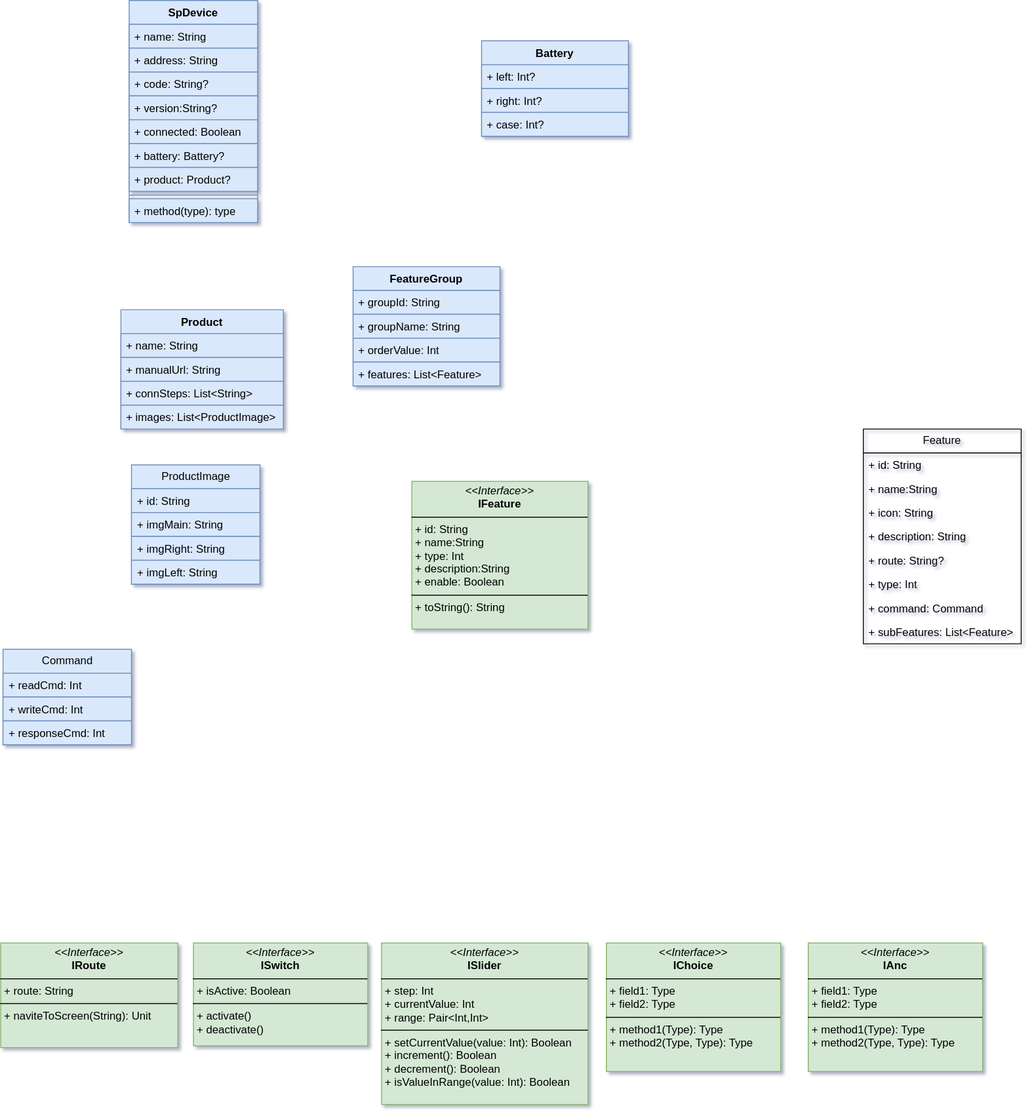
Above: 未命名绘图.drawio.svg in kekemao00/draw-libs (draw.io), before the change. Source tidied: cells renumbered, new cells last; positions are measured from the earlier drawing's top-left corner, leaving out a move shared by most shapes.
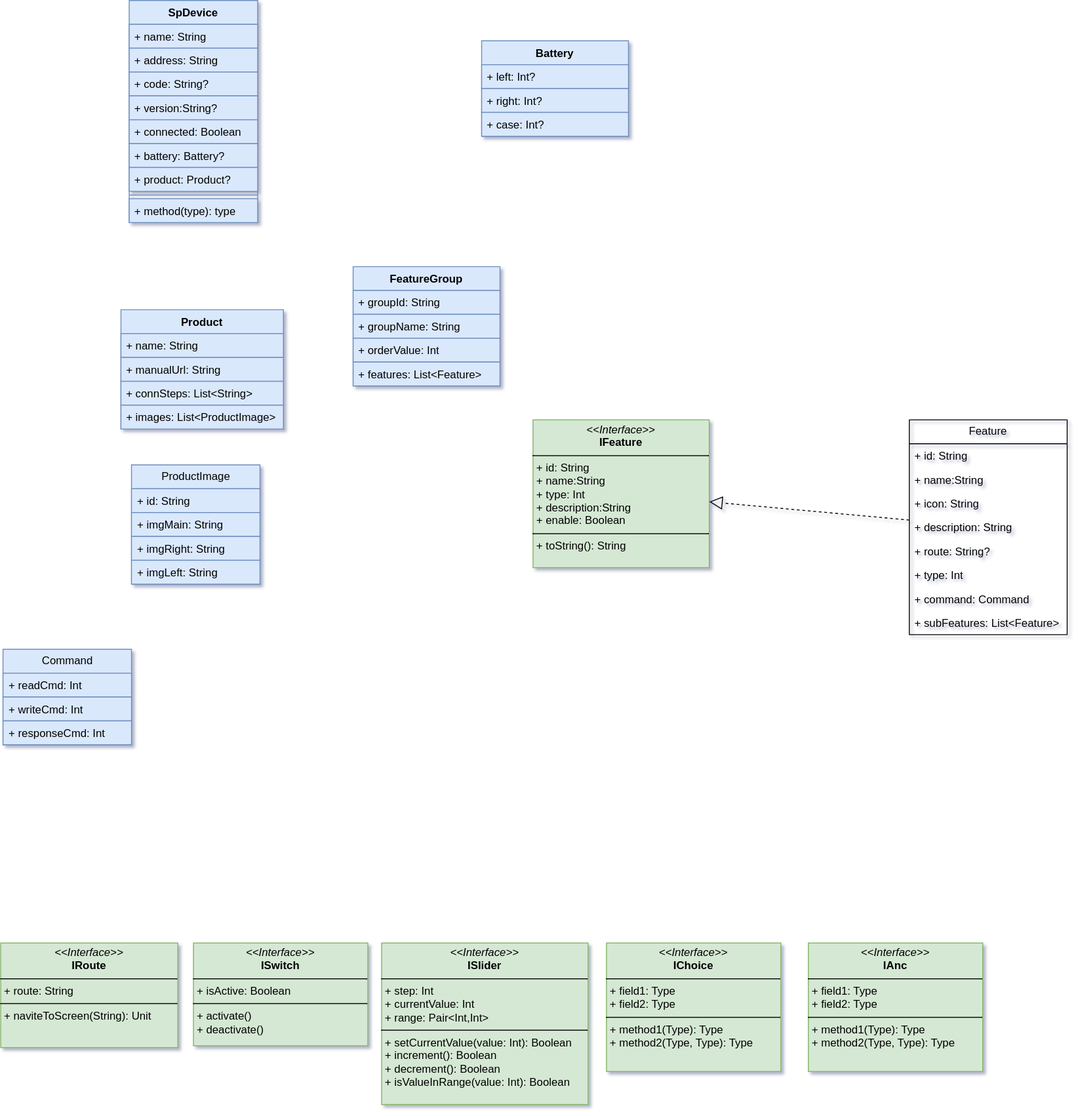
Later version of the same file.

Commit message:
更新未命名绘图.drawio.svg

The edit, as a diff of the source:
```diff
@@ -90,7 +90,7 @@
       <mxGeometry y="104" width="160" height="26" as="geometry" />
     </mxCell>
     <mxCell id="31" value="Feature" style="swimlane;fontStyle=0;horizontal=1;startSize=26;fillColor=none;whiteSpace=wrap;html=1;" parent="1" vertex="1">
-      <mxGeometry x="940" y="467" width="172" height="234" as="geometry" />
+      <mxGeometry x="990" y="457" width="172" height="234" as="geometry" />
     </mxCell>
     <mxCell id="32" value="+ id: String" style="text;strokeColor=none;fillColor=none;align=left;verticalAlign=top;spacingLeft=4;spacingRight=4;overflow=hidden;whiteSpace=wrap;html=1;" parent="31" vertex="1">
       <mxGeometry y="26" width="172" height="26" as="geometry" />
@@ -129,7 +129,7 @@
       <mxGeometry y="78" width="140" height="26" as="geometry" />
     </mxCell>
     <mxCell id="44" value="&lt;p style=&quot;margin:0px;margin-top:4px;text-align:center;&quot;&gt;&lt;i&gt;&amp;lt;&amp;lt;Interface&amp;gt;&amp;gt;&lt;/i&gt;&lt;br&gt;&lt;b&gt;IFeature&lt;/b&gt;&lt;/p&gt;&lt;hr size=&quot;1&quot; style=&quot;border-style:solid;&quot;&gt;&lt;p style=&quot;margin:0px;margin-left:4px;&quot;&gt;+ id: String&lt;br&gt;+ name:String&lt;br&gt;+ type: Int&lt;br&gt;+ description:String&lt;br&gt;+&amp;nbsp;enable: Boolean&lt;/p&gt;&lt;hr size=&quot;1&quot; style=&quot;border-style:solid;&quot;&gt;&lt;p style=&quot;margin:0px;margin-left:4px;&quot;&gt;+ toString(): String&lt;br&gt;&lt;/p&gt;" style="verticalAlign=top;align=left;overflow=fill;html=1;whiteSpace=wrap;fillColor=#d5e8d4;strokeColor=#82b366;" parent="1" vertex="1">
-      <mxGeometry x="448" y="524" width="192" height="161" as="geometry" />
+      <mxGeometry x="580" y="457" width="192" height="161" as="geometry" />
     </mxCell>
     <mxCell id="45" value="&lt;p style=&quot;margin:0px;margin-top:4px;text-align:center;&quot;&gt;&lt;i&gt;&amp;lt;&amp;lt;Interface&amp;gt;&amp;gt;&lt;/i&gt;&lt;br&gt;&lt;b&gt;ISwitch&lt;/b&gt;&lt;/p&gt;&lt;hr size=&quot;1&quot; style=&quot;border-style:solid;&quot;&gt;&lt;p style=&quot;margin:0px;margin-left:4px;&quot;&gt;+ isActive: Boolean&lt;br&gt;&lt;/p&gt;&lt;hr size=&quot;1&quot; style=&quot;border-style:solid;&quot;&gt;&lt;p style=&quot;margin:0px;margin-left:4px;&quot;&gt;+ activate()&lt;br&gt;+ deactivate()&lt;/p&gt;" style="verticalAlign=top;align=left;overflow=fill;html=1;whiteSpace=wrap;fillColor=#d5e8d4;strokeColor=#82b366;" parent="1" vertex="1">
       <mxGeometry x="210" y="1027" width="190" height="112" as="geometry" />
@@ -146,5 +146,8 @@
     <mxCell id="49" value="&lt;p style=&quot;margin:0px;margin-top:4px;text-align:center;&quot;&gt;&lt;i&gt;&amp;lt;&amp;lt;Interface&amp;gt;&amp;gt;&lt;/i&gt;&lt;br&gt;&lt;b&gt;IAnc&lt;/b&gt;&lt;/p&gt;&lt;hr size=&quot;1&quot; style=&quot;border-style:solid;&quot;&gt;&lt;p style=&quot;margin:0px;margin-left:4px;&quot;&gt;+ field1: Type&lt;br&gt;+ field2: Type&lt;/p&gt;&lt;hr size=&quot;1&quot; style=&quot;border-style:solid;&quot;&gt;&lt;p style=&quot;margin:0px;margin-left:4px;&quot;&gt;+ method1(Type): Type&lt;br&gt;+ method2(Type, Type): Type&lt;/p&gt;" style="verticalAlign=top;align=left;overflow=fill;html=1;whiteSpace=wrap;fillColor=#d5e8d4;strokeColor=#82b366;" parent="1" vertex="1">
       <mxGeometry x="880" y="1027" width="190" height="140" as="geometry" />
     </mxCell>
+    <mxCell id="50" style="endArrow=block;dashed=1;endFill=0;endSize=12;html=1;rounded=0;" parent="1" edge="1" source="31" target="44">
+      <mxGeometry relative="1" as="geometry" />
+    </mxCell>
   </root>
 </mxGraphModel>
```
